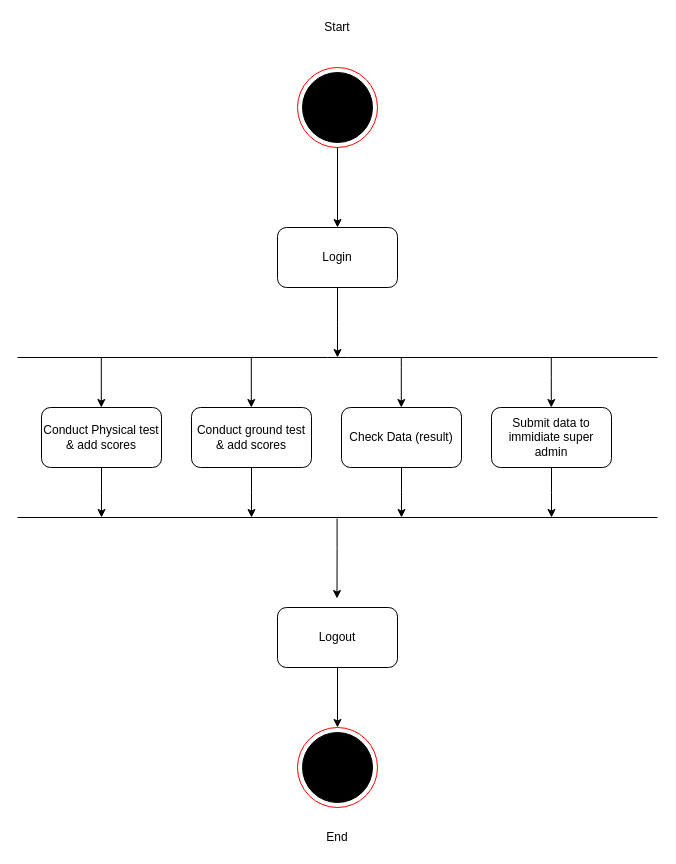
Above: Documentation/Diagrams/Raw/Activity/Activity_Gramin_Physical.drawio in phoenix-295/Police_Bharti (draw.io), before the change. Source tidied: cells renumbered, new cells numbered last; positions are measured from the earlier drawing's top-left corner, leaving out a move shared by most shapes. Both pictures are drawn from the tidied source at 100%, with x=0, y=0 at pixel (17, 17).
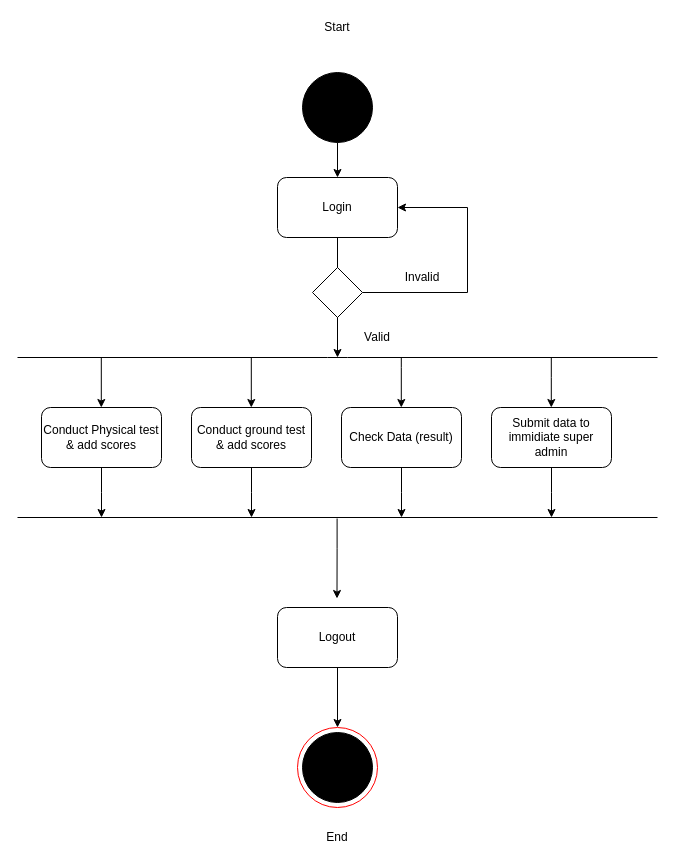
After the change.

Unchanged cells that the change refers to:
```xml
<mxCell id="2" style="group;" parent="1" vertex="1">
  <mxGeometry x="280" y="50" width="80" height="80" as="geometry" />
</mxCell>
<mxCell id="4" style="ellipse;whiteSpace=wrap;html=1;fillColor=#000000;" parent="2" vertex="1">
  <mxGeometry x="5" y="5" width="70" height="70" as="geometry" />
</mxCell>
```

The edit, as a diff of the source:
```diff
@@
-    <mxCell id="3" style="ellipse;whiteSpace=wrap;html=1;strokeColor=#FF0000;" parent="2" vertex="1">
-      <mxGeometry width="80" height="80" as="geometry" />
-    </mxCell>
@@
     <mxCell id="7" value="Login" style="rounded=1;whiteSpace=wrap;html=1;" parent="1" vertex="1">
-      <mxGeometry x="260" y="210" width="120" height="60" as="geometry" />
+      <mxGeometry x="260" y="160" width="120" height="60" as="geometry" />
     </mxCell>
@@
-    <mxCell id="29" style="edgeStyle=orthogonalEdgeStyle;rounded=0;jettySize=auto;html=1;exitX=0.5;exitY=1;exitDx=0;exitDy=0;entryX=0.5;entryY=0;entryDx=0;entryDy=0;" parent="1" edge="1" source="3" target="7">
+    <mxCell id="29" style="edgeStyle=orthogonalEdgeStyle;rounded=0;jettySize=auto;html=1;exitX=0.5;exitY=1;exitDx=0;exitDy=0;entryX=0.5;entryY=0;entryDx=0;entryDy=0;" parent="1" edge="1" source="4" target="7">
       <mxGeometry relative="1" as="geometry" />
     </mxCell>
+    <mxCell id="30" style="edgeStyle=orthogonalEdgeStyle;rounded=0;jettySize=auto;html=1;exitX=1;exitY=0.5;exitDx=0;exitDy=0;entryX=1;entryY=0.5;entryDx=0;entryDy=0;" parent="1" edge="1" source="31" target="7">
+      <mxGeometry relative="1" as="geometry">
+        <Array as="points">
+          <mxPoint x="450" y="275" />
+          <mxPoint x="450" y="190" />
+        </Array>
+      </mxGeometry>
+    </mxCell>
+    <mxCell id="31" style="rhombus;whiteSpace=wrap;html=1;" parent="1" vertex="1">
+      <mxGeometry x="295" y="250" width="50" height="50" as="geometry" />
+    </mxCell>
+    <mxCell id="32" value="Invalid" style="text;html=1;strokeColor=none;fillColor=none;align=center;verticalAlign=middle;whiteSpace=wrap;rounded=0;" parent="1" vertex="1">
+      <mxGeometry x="385" y="250" width="40" height="20" as="geometry" />
+    </mxCell>
+    <mxCell id="33" value="Valid" style="text;html=1;strokeColor=none;fillColor=none;align=center;verticalAlign=middle;whiteSpace=wrap;rounded=0;" parent="1" vertex="1">
+      <mxGeometry x="340" y="310" width="40" height="20" as="geometry" />
+    </mxCell>
```
